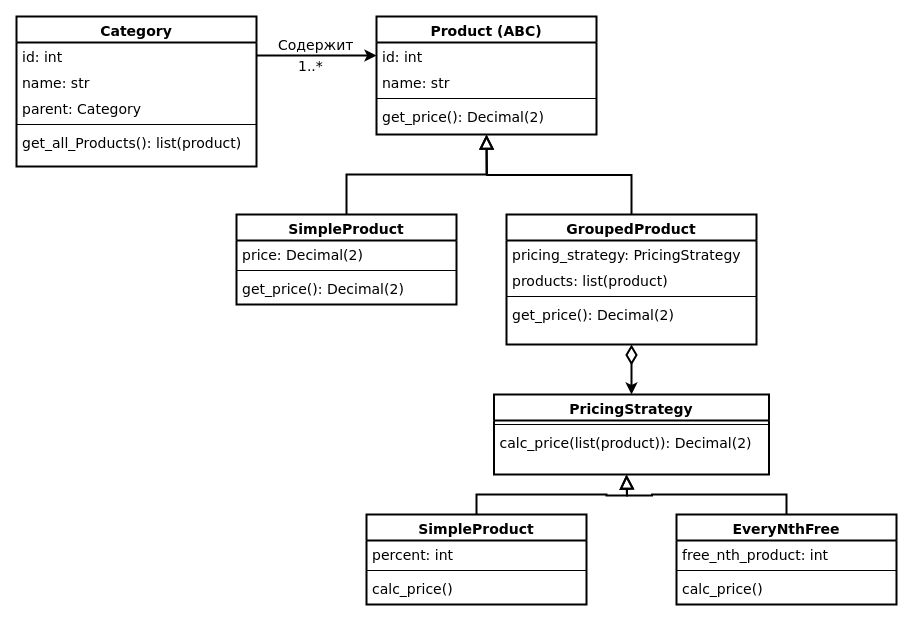
The draw.io diagram page "Light" (1 of 2) of src/Диаграмма классов.drawio in DefenderOfSockets/online-shop-test-work, before the edit. Source tidied: cells renumbered, new cells numbered last; positions are measured from the earlier drawing's top-left corner, leaving out a move shared by most shapes. Both pictures are drawn from the tidied source at 100%, with x=0, y=0 at pixel (16, 16).
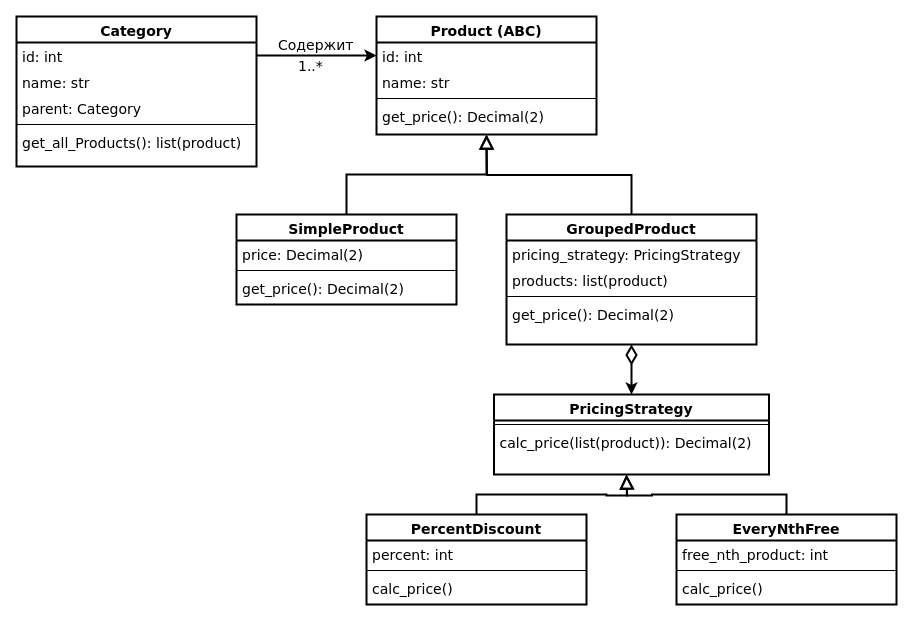
The same page after the edit.

Commit message (it also covers changes not shown here):
fix: fixed name of strategy for PercentDiscount in class diagram

What changed in the source:
```diff
@@
-    <mxCell id="31" value="SimpleProduct" style="swimlane;fontStyle=1;align=center;verticalAlign=top;horizontal=1;startSize=26;rounded=0;shadow=0;strokeWidth=2;fontFamily=Verdana;fontSize=14;" parent="1" vertex="1">
+    <mxCell id="31" value="PercentDiscount" style="swimlane;fontStyle=1;align=center;verticalAlign=top;horizontal=1;startSize=26;rounded=0;shadow=0;strokeWidth=2;fontFamily=Verdana;fontSize=14;" parent="1" vertex="1">
       <mxGeometry x="350" y="498" width="220" height="90" as="geometry" />
     </mxCell>
```
